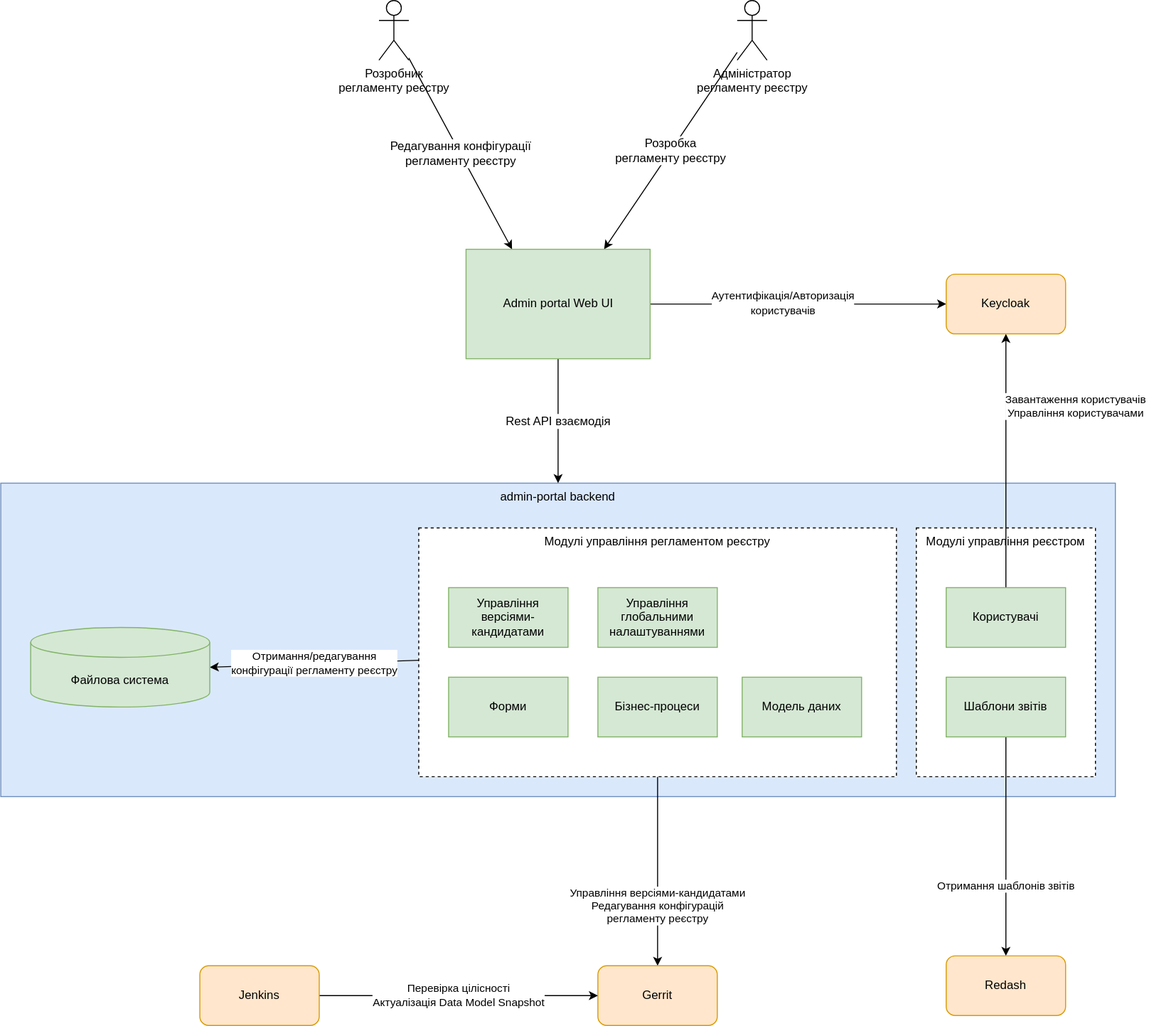
epam/edp-ddm-registry-regulation-management keeps this draw.io diagram as docs/modules/admin-portal-backend/images/container.svg. Above is the earlier version. Source tidied: cells renumbered, new cells last; positions are measured from the earlier drawing's top-left corner, leaving out a move shared by most shapes.
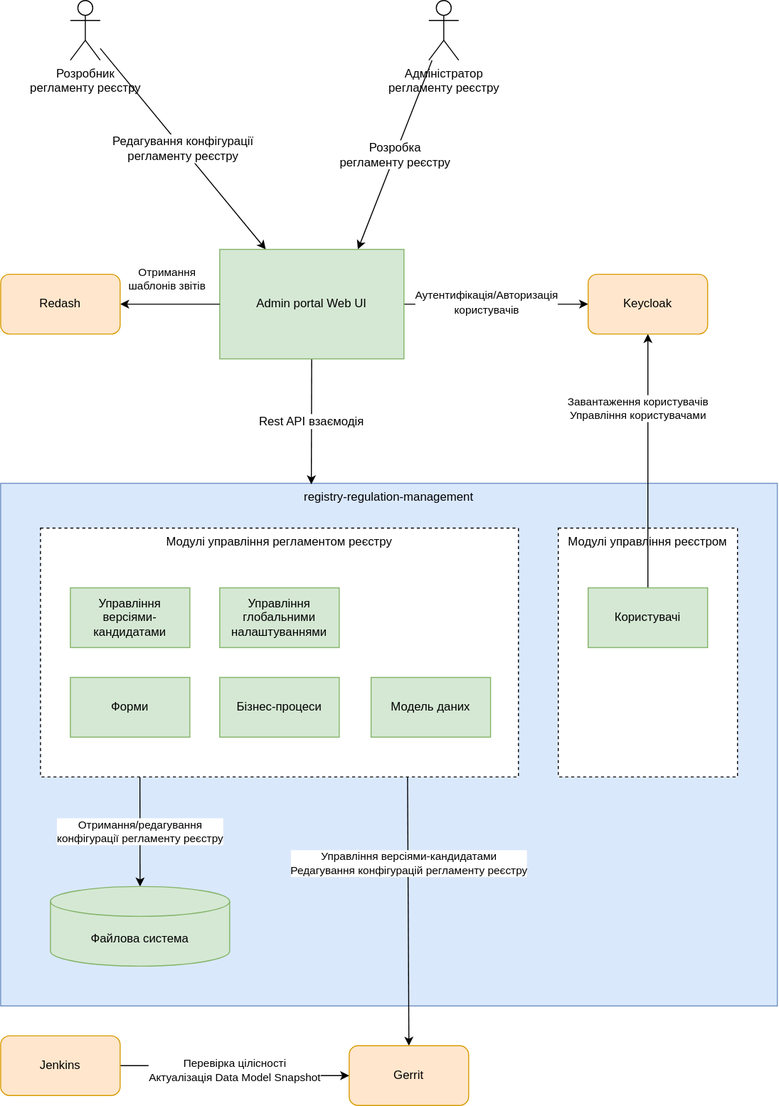
After the change.

Commit message:
[EDP-DDM-19186] admin-portal documentation

The edit, as a diff of the source:
```diff
@@ -2,49 +2,49 @@
   <root>
     <mxCell id="0" />
     <mxCell id="1" parent="0" />
-    <mxCell id="2" value="admin-portal backend" style="rounded=0;whiteSpace=wrap;html=1;verticalAlign=top;fillColor=#dae8fc;strokeColor=#6c8ebf;" parent="1" vertex="1">
-      <mxGeometry y="485" width="1120" height="315" as="geometry" />
+    <mxCell id="2" value="registry-regulation-management" style="rounded=0;whiteSpace=wrap;html=1;verticalAlign=top;fillColor=#dae8fc;strokeColor=#6c8ebf;" parent="1" vertex="1">
+      <mxGeometry x="330" y="-355" width="780" height="525" as="geometry" />
     </mxCell>
     <mxCell id="3" value="Модулі управління реєстром" style="rounded=0;whiteSpace=wrap;html=1;verticalAlign=top;dashed=1;" parent="1" vertex="1">
-      <mxGeometry x="920" y="530" width="180" height="250" as="geometry" />
+      <mxGeometry x="890" y="-310" width="180" height="250" as="geometry" />
     </mxCell>
-    <mxCell id="4" value="Управління версіями-кандидатами&lt;br&gt;Редагування конфігурацій&lt;br&gt;регламенту реєстру" style="edgeStyle=none;rounded=0;jettySize=auto;html=1;entryX=0.5;entryY=0;entryDx=0;entryDy=0;" parent="1" edge="1" source="6" target="20">
-      <mxGeometry x="0.37" relative="1" as="geometry" />
+    <mxCell id="4" value="Управління версіями-кандидатами&lt;br&gt;Редагування конфігурацій регламенту реєстру" style="edgeStyle=none;rounded=0;jettySize=auto;html=1;entryX=0.5;entryY=0;entryDx=0;entryDy=0;exitX=0.768;exitY=0.999;exitDx=0;exitDy=0;exitPerimeter=0;" parent="1" edge="1" source="6" target="20">
+      <mxGeometry x="-0.35" y="1" relative="1" as="geometry" />
     </mxCell>
-    <mxCell id="5" value="Отримання/редагування&lt;br&gt;конфігурації регламенту реєстру" style="edgeStyle=none;rounded=0;jettySize=auto;html=1;entryX=1;entryY=0.5;entryDx=0;entryDy=0;entryPerimeter=0;" parent="1" edge="1" source="6" target="21">
+    <mxCell id="5" value="Отримання/редагування&lt;br&gt;конфігурації регламенту реєстру" style="edgeStyle=none;rounded=0;jettySize=auto;html=1;entryX=0.5;entryY=0;entryDx=0;entryDy=0;entryPerimeter=0;exitX=0.208;exitY=1.001;exitDx=0;exitDy=0;exitPerimeter=0;" parent="1" edge="1" source="6" target="21">
       <mxGeometry relative="1" as="geometry" />
     </mxCell>
     <mxCell id="6" value="Модулі управління регламентом реєстру" style="rounded=0;whiteSpace=wrap;html=1;verticalAlign=top;dashed=1;" parent="1" vertex="1">
-      <mxGeometry x="420" y="530" width="480" height="250" as="geometry" />
+      <mxGeometry x="370" y="-310" width="480" height="250" as="geometry" />
     </mxCell>
     <mxCell id="7" value="Розробка&lt;br&gt;регламенту реєстру" style="edgeStyle=none;rounded=0;jettySize=auto;html=1;entryX=0.75;entryY=0;entryDx=0;entryDy=0;fontSize=12;" parent="1" edge="1" source="8" target="19">
       <mxGeometry relative="1" as="geometry" />
     </mxCell>
     <mxCell id="8" value="Адміністратор &lt;br&gt;регламенту реєстру" style="shape=umlActor;verticalLabelPosition=bottom;verticalAlign=top;html=1;outlineConnect=0;" parent="1" vertex="1">
-      <mxGeometry x="740" width="30" height="60" as="geometry" />
+      <mxGeometry x="760" y="-840" width="30" height="60" as="geometry" />
     </mxCell>
     <mxCell id="9" value="Редагування конфігурації&lt;br style=&quot;font-size: 12px;&quot;&gt;регламенту реєстру" style="edgeStyle=none;rounded=0;jettySize=auto;html=1;entryX=0.25;entryY=0;entryDx=0;entryDy=0;fontSize=12;" parent="1" edge="1" source="10" target="19">
       <mxGeometry relative="1" as="geometry" />
     </mxCell>
     <mxCell id="10" value="Розробник&lt;br&gt;регламенту реєстру" style="shape=umlActor;verticalLabelPosition=bottom;verticalAlign=top;html=1;outlineConnect=0;" parent="1" vertex="1">
-      <mxGeometry x="380" width="30" height="60" as="geometry" />
+      <mxGeometry x="400" y="-840" width="30" height="60" as="geometry" />
     </mxCell>
     <mxCell id="11" value="Форми" style="rounded=0;whiteSpace=wrap;html=1;fillColor=#d5e8d4;strokeColor=#82b366;" parent="1" vertex="1">
-      <mxGeometry x="450" y="680" width="120" height="60" as="geometry" />
+      <mxGeometry x="400" y="-160" width="120" height="60" as="geometry" />
     </mxCell>
     <mxCell id="12" value="Бізнес-процеси" style="rounded=0;whiteSpace=wrap;html=1;fillColor=#d5e8d4;strokeColor=#82b366;" parent="1" vertex="1">
-      <mxGeometry x="600" y="680" width="120" height="60" as="geometry" />
+      <mxGeometry x="550" y="-160" width="120" height="60" as="geometry" />
     </mxCell>
     <mxCell id="13" value="Управління глобальними налаштуваннями" style="rounded=0;whiteSpace=wrap;html=1;fillColor=#d5e8d4;strokeColor=#82b366;" parent="1" vertex="1">
-      <mxGeometry x="600" y="590" width="120" height="60" as="geometry" />
+      <mxGeometry x="550" y="-250" width="120" height="60" as="geometry" />
     </mxCell>
     <mxCell id="14" value="Модель даних" style="rounded=0;whiteSpace=wrap;html=1;fillColor=#d5e8d4;strokeColor=#82b366;" parent="1" vertex="1">
-      <mxGeometry x="745" y="680" width="120" height="60" as="geometry" />
+      <mxGeometry x="702" y="-160" width="120" height="60" as="geometry" />
     </mxCell>
     <mxCell id="15" value="Управління версіями-кандидатами" style="rounded=0;whiteSpace=wrap;html=1;fillColor=#d5e8d4;strokeColor=#82b366;" parent="1" vertex="1">
-      <mxGeometry x="450" y="590" width="120" height="60" as="geometry" />
+      <mxGeometry x="400" y="-250" width="120" height="60" as="geometry" />
     </mxCell>
-    <mxCell id="16" value="Rest API взаємодія" style="edgeStyle=none;rounded=0;jettySize=auto;html=1;entryX=0.5;entryY=0;entryDx=0;entryDy=0;fontSize=12;" parent="1" edge="1" source="19" target="2">
+    <mxCell id="16" value="Rest API взаємодія" style="edgeStyle=none;rounded=0;jettySize=auto;html=1;fontSize=12;entryX=0.4;entryY=0.002;entryDx=0;entryDy=0;entryPerimeter=0;" parent="1" edge="1" source="19" target="2">
       <mxGeometry relative="1" as="geometry" />
     </mxCell>
     <mxCell id="17" style="edgeStyle=none;rounded=0;jettySize=auto;html=1;entryX=0;entryY=0.5;entryDx=0;entryDy=0;fontSize=12;" parent="1" edge="1" source="19" target="27">
@@ -54,37 +54,36 @@
       <mxGeometry x="-0.11" y="2" relative="1" as="geometry" />
     </mxCell>
     <mxCell id="19" value="Admin portal Web UI" style="rounded=0;whiteSpace=wrap;html=1;fillColor=#d5e8d4;strokeColor=#82b366;" parent="1" vertex="1">
-      <mxGeometry x="467.5" y="250" width="185" height="110" as="geometry" />
+      <mxGeometry x="550" y="-590" width="185" height="110" as="geometry" />
     </mxCell>
     <mxCell id="20" value="Gerrit" style="rounded=1;whiteSpace=wrap;html=1;fillColor=#ffe6cc;strokeColor=#d79b00;" parent="1" vertex="1">
-      <mxGeometry x="600" y="970" width="120" height="60" as="geometry" />
+      <mxGeometry x="680" y="210" width="120" height="60" as="geometry" />
     </mxCell>
     <mxCell id="21" value="Файлова система" style="shape=cylinder3;whiteSpace=wrap;html=1;boundedLbl=1;backgroundOutline=1;size=15;fillColor=#d5e8d4;strokeColor=#82b366;" parent="1" vertex="1">
-      <mxGeometry x="30" y="630" width="180" height="80" as="geometry" />
+      <mxGeometry x="380" y="50" width="180" height="80" as="geometry" />
     </mxCell>
-    <mxCell id="22" value="Отримання шаблонів звітів" style="edgeStyle=none;rounded=0;jettySize=auto;html=1;" parent="1" edge="1" source="23" target="26">
-      <mxGeometry x="0.36" relative="1" as="geometry" />
+    <mxCell id="22" value="Отримання &lt;br&gt;шаблонів звітів" style="edgeStyle=none;rounded=0;jettySize=auto;html=1;exitX=0;exitY=0.5;exitDx=0;exitDy=0;" parent="1" edge="1" source="19" target="26">
+      <mxGeometry x="0.08" y="-25" relative="1" as="geometry">
+        <mxPoint x="1" as="offset" />
+      </mxGeometry>
     </mxCell>
-    <mxCell id="23" value="Шаблони звітів" style="rounded=0;whiteSpace=wrap;html=1;fillColor=#d5e8d4;strokeColor=#82b366;" parent="1" vertex="1">
-      <mxGeometry x="950" y="680" width="120" height="60" as="geometry" />
-    </mxCell>
     <mxCell id="24" value="Завантаження користувачів&lt;br&gt;Управління користувачами" style="edgeStyle=none;rounded=0;jettySize=auto;html=1;" parent="1" edge="1" source="25" target="27">
-      <mxGeometry x="0.43" y="-70" relative="1" as="geometry" />
+      <mxGeometry x="0.41" y="10" relative="1" as="geometry" />
     </mxCell>
     <mxCell id="25" value="Користувачі" style="rounded=0;whiteSpace=wrap;html=1;fillColor=#d5e8d4;strokeColor=#82b366;" parent="1" vertex="1">
-      <mxGeometry x="950" y="590" width="120" height="60" as="geometry" />
+      <mxGeometry x="920" y="-250" width="120" height="60" as="geometry" />
     </mxCell>
     <mxCell id="26" value="Redash" style="rounded=1;whiteSpace=wrap;html=1;fillColor=#ffe6cc;strokeColor=#d79b00;" parent="1" vertex="1">
-      <mxGeometry x="950" y="960" width="120" height="60" as="geometry" />
+      <mxGeometry x="330" y="-565" width="120" height="60" as="geometry" />
     </mxCell>
     <mxCell id="27" value="Keycloak" style="rounded=1;whiteSpace=wrap;html=1;fillColor=#ffe6cc;strokeColor=#d79b00;" parent="1" vertex="1">
-      <mxGeometry x="950" y="275" width="120" height="60" as="geometry" />
+      <mxGeometry x="920" y="-565" width="120" height="60" as="geometry" />
     </mxCell>
     <mxCell id="28" value="Перевірка цілісності&lt;br&gt;Актуалізація Data Model Snapshot" style="edgeStyle=orthogonalEdgeStyle;rounded=0;jettySize=auto;html=1;entryX=0;entryY=0.5;entryDx=0;entryDy=0;" parent="1" edge="1" source="29" target="20">
       <mxGeometry relative="1" as="geometry" />
     </mxCell>
     <mxCell id="29" value="Jenkins" style="rounded=1;whiteSpace=wrap;html=1;fillColor=#ffe6cc;strokeColor=#d79b00;" parent="1" vertex="1">
-      <mxGeometry x="200" y="970" width="120" height="60" as="geometry" />
+      <mxGeometry x="330" y="200" width="120" height="60" as="geometry" />
     </mxCell>
   </root>
 </mxGraphModel>
```
